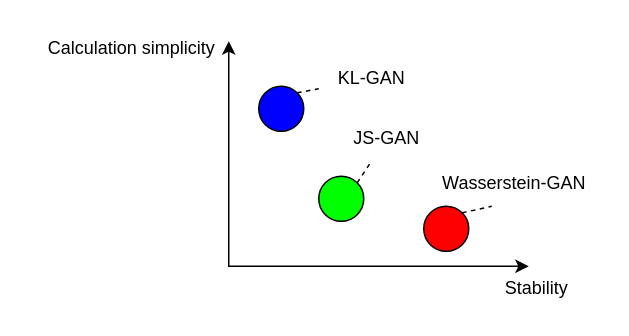
This is compareGraph.drawio from Shaun-Z/DrawioFigure, a draw.io file, before an edit. Source tidied: cells renumbered, new cells numbered last; positions are measured from the earlier drawing's top-left corner, leaving out a move shared by most shapes. Both pictures are drawn from the tidied source at 150%, with x=0, y=0 at pixel (33, 26).
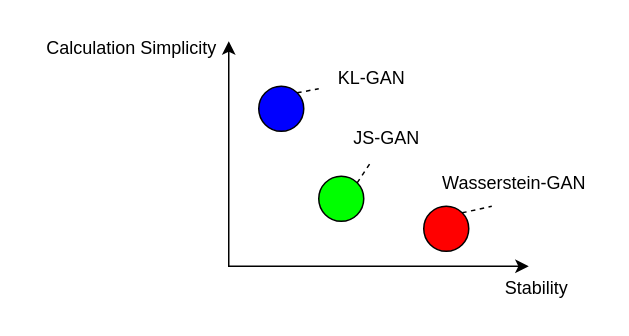
After the change.

Diff of the diagram source:
```diff
@@
 <mxGraphModel>
   <root>
     <mxCell id="0" />
     <mxCell id="1" parent="0" />
     <mxCell id="2" style="endArrow=classic;startArrow=classic;html=1;rounded=0;" parent="1" edge="1">
       <mxGeometry relative="1" as="geometry">
         <mxPoint x="130" y="10" as="sourcePoint" />
         <mxPoint x="330" y="160" as="targetPoint" />
         <Array as="points">
           <mxPoint x="130" y="160" />
         </Array>
       </mxGeometry>
     </mxCell>
     <mxCell id="3" value="Stability" style="text;html=1;align=center;verticalAlign=middle;strokeColor=none;fillColor=none;" parent="1" vertex="1">
       <mxGeometry x="300" y="160" width="70" height="30" as="geometry" />
     </mxCell>
-    <mxCell id="4" value="Calculation simplicity" style="text;html=1;align=center;verticalAlign=middle;strokeColor=none;fillColor=none;" parent="1" vertex="1">
-      <mxGeometry width="130" height="30" as="geometry" />
+    <mxCell id="4" value="Calculation Simplicity" style="text;html=1;align=center;verticalAlign=middle;strokeColor=none;fillColor=none;" parent="1" vertex="1">
+      <mxGeometry x="-5" width="140" height="30" as="geometry" />
     </mxCell>
     <mxCell id="5" style="ellipse;whiteSpace=wrap;html=1;fillColor=#FF0000;" parent="1" vertex="1">
       <mxGeometry x="260" y="120" width="30" height="30" as="geometry" />
     </mxCell>
     <mxCell id="6" style="ellipse;whiteSpace=wrap;html=1;fillColor=#0000ff;" parent="1" vertex="1">
       <mxGeometry x="150" y="40" width="30" height="30" as="geometry" />
     </mxCell>
     <mxCell id="7" style="ellipse;whiteSpace=wrap;html=1;fillColor=#00ff00;" parent="1" vertex="1">
       <mxGeometry x="190" y="100" width="30" height="30" as="geometry" />
     </mxCell>
     <mxCell id="8" style="endArrow=none;dashed=1;html=1;rounded=0;exitX=1;exitY=0;exitDx=0;exitDy=0;" parent="1" edge="1" source="6" target="9">
       <mxGeometry relative="1" as="geometry" />
     </mxCell>
     <mxCell id="9" value="&lt;font style=&quot;font-size: 12px;&quot;&gt;KL-GAN&lt;/font&gt;" style="text;html=1;align=center;verticalAlign=middle;points=[];strokeColor=none;fillColor=none;" parent="1" vertex="1">
       <mxGeometry x="190" y="20" width="70" height="30" as="geometry" />
     </mxCell>
     <mxCell id="10" value="&lt;font style=&quot;font-size: 12px;&quot;&gt;JS-GAN&lt;/font&gt;" style="text;html=1;align=center;verticalAlign=middle;points=[];strokeColor=none;fillColor=none;" parent="1" vertex="1">
       <mxGeometry x="200" y="60" width="70" height="30" as="geometry" />
     </mxCell>
     <mxCell id="11" value="&lt;font style=&quot;font-size: 12px;&quot;&gt;Wasserstein-GAN&lt;/font&gt;" style="text;html=1;align=center;verticalAlign=middle;points=[];strokeColor=none;fillColor=none;" parent="1" vertex="1">
       <mxGeometry x="260" y="90" width="120" height="30" as="geometry" />
     </mxCell>
     <mxCell id="12" style="endArrow=none;dashed=1;html=1;rounded=0;exitX=1;exitY=0;exitDx=0;exitDy=0;" parent="1" edge="1" source="7" target="10">
       <mxGeometry relative="1" as="geometry" />
     </mxCell>
     <mxCell id="13" style="endArrow=none;dashed=1;html=1;rounded=0;exitX=1;exitY=0;exitDx=0;exitDy=0;entryX=0.378;entryY=1;entryDx=0;entryDy=0;entryPerimeter=0;" parent="1" edge="1" source="5" target="11">
       <mxGeometry relative="1" as="geometry" />
     </mxCell>
   </root>
 </mxGraphModel>
```
